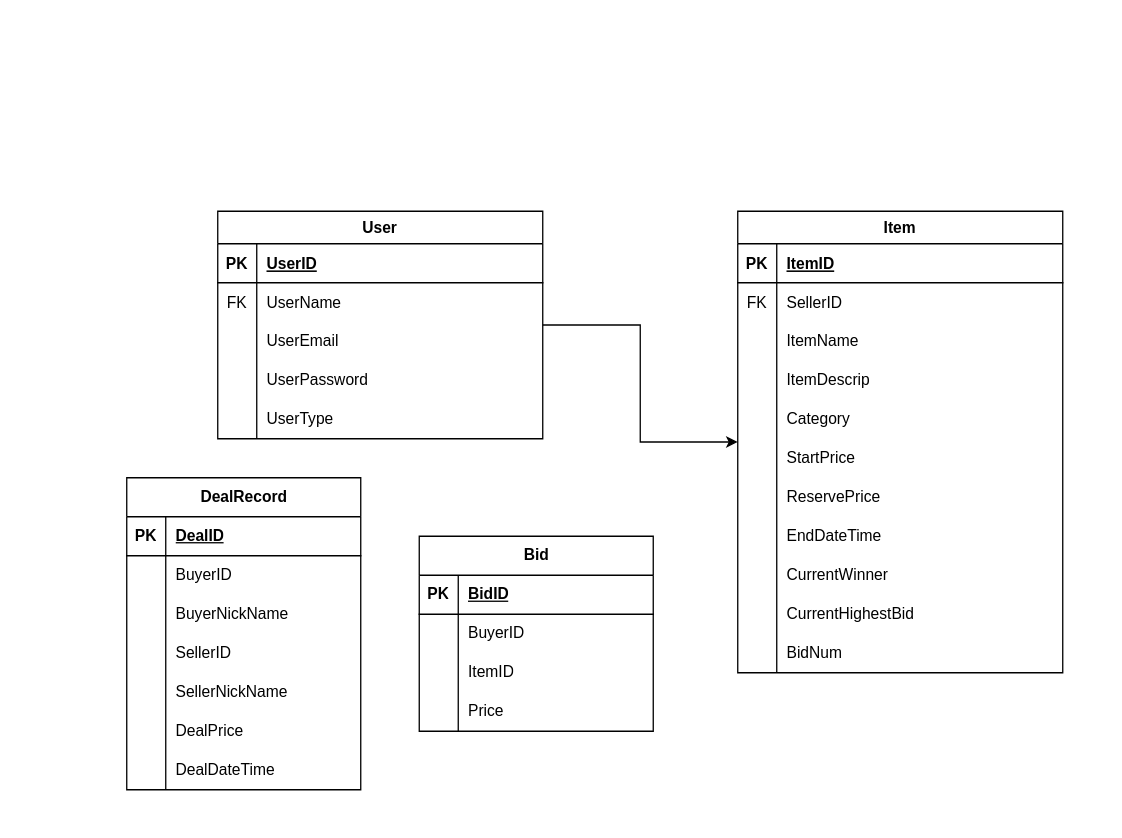
The draw.io diagram er_test/未命名绘图.drawio in ZongdingWang/df, before the edit. Source tidied: cells renumbered, new cells numbered last; positions are measured from the earlier drawing's top-left corner, leaving out a move shared by most shapes. Both pictures are drawn from the tidied source at 130%, with x=0, y=0 at pixel (126, 211).
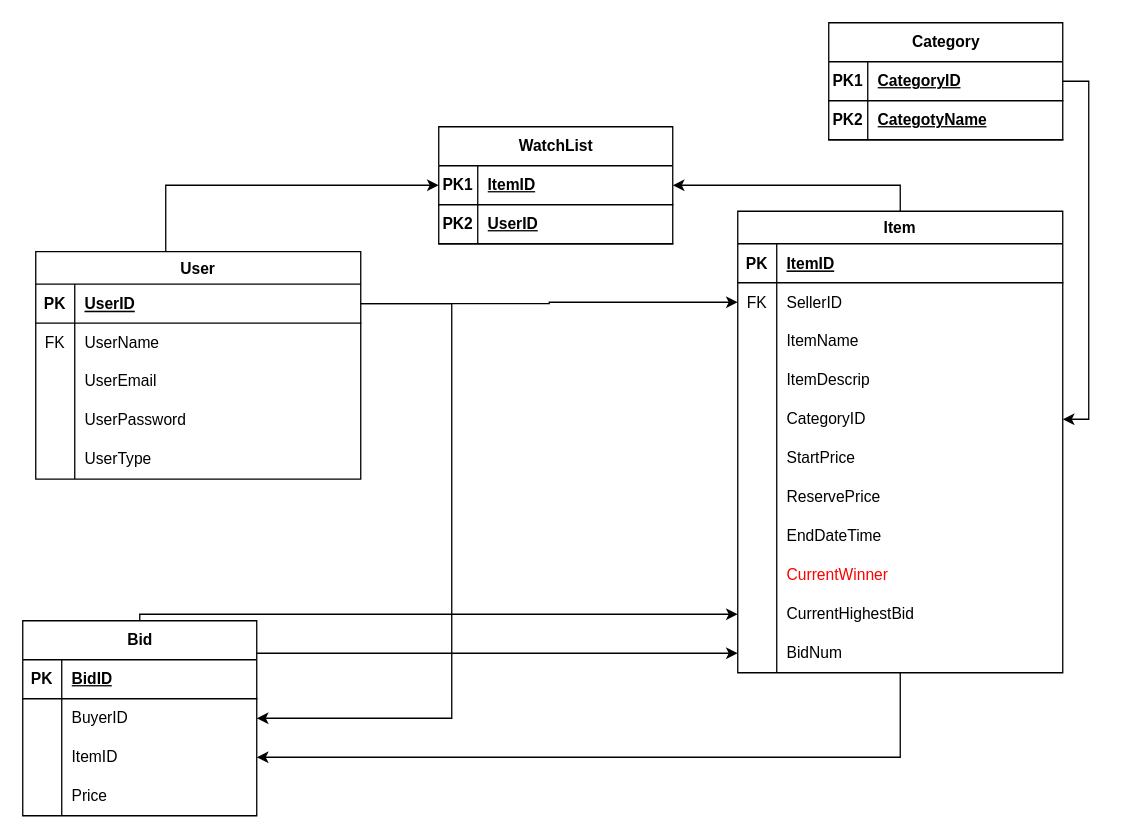
After the change.

Unchanged cells that the change refers to:
```xml
<mxCell id="4" style="shape=partialRectangle;fillColor=none;points=[[0,0.5],[1,0.5]];portConstraint=eastwest;top=0;left=0;right=0;bottom=1;" parent="3" vertex="1">
  <mxGeometry y="25" width="250" height="30" as="geometry" />
</mxCell>
<mxCell id="19" value="Item" style="shape=table;startSize=25;childLayout=tableLayout;rowLines=0;fontStyle=1;align=center;" parent="1" vertex="1">
  <mxGeometry x="470" width="250" height="355" as="geometry" />
</mxCell>
<mxCell id="23" style="shape=partialRectangle;fillColor=none;points=[[0,0.5],[1,0.5]];portConstraint=eastwest;top=0;left=0;right=0;bottom=0;" parent="19" vertex="1">
  <mxGeometry y="55" width="250" height="30" as="geometry" />
</mxCell>
<mxCell id="32" style="shape=tableRow;horizontal=0;startSize=0;swimlaneHead=0;swimlaneBody=0;fillColor=none;points=[[0,0.5],[1,0.5]];portConstraint=eastwest;top=0;left=0;right=0;bottom=0;" parent="19" vertex="1">
  <mxGeometry y="145" width="250" height="30" as="geometry" />
</mxCell>
<mxCell id="44" style="shape=tableRow;horizontal=0;startSize=0;swimlaneHead=0;swimlaneBody=0;fillColor=none;top=0;left=0;right=0;bottom=0;" parent="19" vertex="1">
  <mxGeometry y="265" width="250" height="30" as="geometry" />
</mxCell>
<mxCell id="47" style="shape=tableRow;horizontal=0;startSize=0;swimlaneHead=0;swimlaneBody=0;fillColor=none;points=[[0,0.5],[1,0.5]];portConstraint=eastwest;top=0;left=0;right=0;bottom=0;" parent="19" vertex="1">
  <mxGeometry y="295" width="250" height="30" as="geometry" />
</mxCell>
<mxCell id="50" style="shape=tableRow;horizontal=0;startSize=0;swimlaneHead=0;swimlaneBody=0;fillColor=none;points=[[0,0.5],[1,0.5]];portConstraint=eastwest;top=0;left=0;right=0;bottom=0;" parent="19" vertex="1">
  <mxGeometry y="325" width="250" height="30" as="geometry" />
</mxCell>
<mxCell id="57" style="shape=tableRow;horizontal=0;startSize=0;swimlaneHead=0;swimlaneBody=0;fillColor=none;points=[[0,0.5],[1,0.5]];portConstraint=eastwest;top=0;left=0;right=0;bottom=0;" parent="53" vertex="1">
  <mxGeometry y="60" width="180" height="30" as="geometry" />
</mxCell>
<mxCell id="60" style="shape=tableRow;horizontal=0;startSize=0;swimlaneHead=0;swimlaneBody=0;fillColor=none;points=[[0,0.5],[1,0.5]];portConstraint=eastwest;top=0;left=0;right=0;bottom=0;" parent="53" vertex="1">
  <mxGeometry y="90" width="180" height="30" as="geometry" />
</mxCell>
```

What changed in the source:
```diff
@@
-    <mxCell id="2" style="edgeStyle=orthogonalEdgeStyle;rounded=0;jettySize=auto;html=1;" parent="1" edge="1" source="3" target="19">
+    <mxCell id="2" style="edgeStyle=orthogonalEdgeStyle;rounded=0;jettySize=auto;html=1;" parent="1" edge="1" source="4" target="23">
       <mxGeometry relative="1" as="geometry" />
     </mxCell>
+    <mxCell id="88" style="edgeStyle=orthogonalEdgeStyle;rounded=0;jettySize=auto;html=1;" parent="1" edge="1" source="3" target="93">
+      <mxGeometry relative="1" as="geometry">
+        <Array as="points">
+          <mxPoint x="30" y="-20" />
+        </Array>
+      </mxGeometry>
+    </mxCell>
     <mxCell id="3" value="User" style="shape=table;startSize=25;childLayout=tableLayout;rowLines=0;fontStyle=1;align=center;" parent="1" vertex="1">
-      <mxGeometry x="70" width="250" height="175" as="geometry" />
+      <mxGeometry x="-70" y="31" width="250" height="175" as="geometry" />
     </mxCell>
@@
+    <mxCell id="89" style="edgeStyle=orthogonalEdgeStyle;rounded=0;jettySize=auto;html=1;strokeColor=default;" parent="1" edge="1" source="19" target="93">
+      <mxGeometry relative="1" as="geometry">
+        <Array as="points">
+          <mxPoint x="595" y="-20" />
+        </Array>
+      </mxGeometry>
+    </mxCell>
@@
-    <mxCell id="34" value="Category" style="shape=partialRectangle;fillColor=none;top=0;left=0;bottom=0;right=0;align=left;spacingLeft=6;overflow=hidden;whiteSpace=wrap;html=1;" parent="32" vertex="1">
+    <mxCell id="34" value="CategoryID" style="shape=partialRectangle;fillColor=none;top=0;left=0;bottom=0;right=0;align=left;spacingLeft=6;overflow=hidden;whiteSpace=wrap;html=1;" parent="32" vertex="1">
       <mxGeometry x="30" width="220" height="30" as="geometry" />
     </mxCell>
@@
-    <mxCell id="46" value="CurrentWinner" style="shape=partialRectangle;fillColor=none;top=0;left=0;bottom=0;right=0;align=left;spacingLeft=6;overflow=hidden;whiteSpace=wrap;html=1;" parent="44" vertex="1">
+    <mxCell id="46" value="CurrentWinner" style="shape=partialRectangle;fillColor=none;top=0;left=0;bottom=0;right=0;align=left;spacingLeft=6;overflow=hidden;whiteSpace=wrap;fontStyle=0;html=1;fontColor=#ff0000;" parent="44" vertex="1">
       <mxGeometry x="30" width="220" height="30" as="geometry" />
     </mxCell>
@@
+    <mxCell id="90" style="edgeStyle=orthogonalEdgeStyle;rounded=0;jettySize=auto;html=1;" parent="1" edge="1" source="53" target="50">
+      <mxGeometry relative="1" as="geometry">
+        <Array as="points">
+          <mxPoint x="280" y="340" />
+          <mxPoint x="280" y="340" />
+        </Array>
+      </mxGeometry>
+    </mxCell>
+    <mxCell id="91" style="edgeStyle=orthogonalEdgeStyle;rounded=0;jettySize=auto;html=1;" parent="1" edge="1" source="53" target="47">
+      <mxGeometry relative="1" as="geometry">
+        <Array as="points">
+          <mxPoint x="10" y="310" />
+        </Array>
+      </mxGeometry>
+    </mxCell>
     <mxCell id="53" value="Bid" style="shape=table;startSize=30;childLayout=tableLayout;rowLines=0;fontStyle=1;align=center;html=1;" parent="1" vertex="1">
-      <mxGeometry x="225" y="250" width="180" height="150" as="geometry" />
+      <mxGeometry x="-80" y="315" width="180" height="150" as="geometry" />
     </mxCell>
@@
-    <mxCell id="66" value="DealRecord" style="shape=table;startSize=30;childLayout=tableLayout;rowLines=0;fontStyle=1;align=center;html=1;" parent="1" vertex="1">
-      <mxGeometry y="205" width="180" height="240" as="geometry" />
-    </mxCell>
-    <mxCell id="67" style="shape=tableRow;horizontal=0;startSize=0;swimlaneHead=0;swimlaneBody=0;fillColor=none;top=0;left=0;right=0;bottom=1;" parent="66" vertex="1">
-      <mxGeometry y="30" width="180" height="30" as="geometry" />
-    </mxCell>
-    <mxCell id="68" value="PK" style="shape=partialRectangle;fillColor=none;top=0;left=0;bottom=0;right=0;fontStyle=1;overflow=hidden;whiteSpace=wrap;html=1;" parent="67" vertex="1">
-      <mxGeometry width="30" height="30" as="geometry" />
-    </mxCell>
-    <mxCell id="69" value="DealID" style="shape=partialRectangle;fillColor=none;top=0;left=0;bottom=0;right=0;align=left;spacingLeft=6;fontStyle=5;overflow=hidden;whiteSpace=wrap;html=1;" parent="67" vertex="1">
-      <mxGeometry x="30" width="150" height="30" as="geometry" />
-    </mxCell>
-    <mxCell id="70" style="shape=tableRow;horizontal=0;startSize=0;swimlaneHead=0;swimlaneBody=0;fillColor=none;top=0;left=0;right=0;bottom=0;" parent="66" vertex="1">
-      <mxGeometry y="60" width="180" height="30" as="geometry" />
-    </mxCell>
-    <mxCell id="71" style="shape=partialRectangle;fillColor=none;top=0;left=0;bottom=0;right=0;overflow=hidden;whiteSpace=wrap;html=1;" parent="70" vertex="1">
-      <mxGeometry width="30" height="30" as="geometry" />
-    </mxCell>
-    <mxCell id="72" value="BuyerID" style="shape=partialRectangle;fillColor=none;top=0;left=0;bottom=0;right=0;align=left;spacingLeft=6;overflow=hidden;whiteSpace=wrap;html=1;" parent="70" vertex="1">
-      <mxGeometry x="30" width="150" height="30" as="geometry" />
-    </mxCell>
-    <mxCell id="73" style="shape=tableRow;horizontal=0;startSize=0;swimlaneHead=0;swimlaneBody=0;fillColor=none;top=0;left=0;right=0;bottom=0;" parent="66" vertex="1">
-      <mxGeometry y="90" width="180" height="30" as="geometry" />
-    </mxCell>
-    <mxCell id="74" style="shape=partialRectangle;fillColor=none;top=0;left=0;bottom=0;right=0;overflow=hidden;whiteSpace=wrap;html=1;" parent="73" vertex="1">
-      <mxGeometry width="30" height="30" as="geometry" />
-    </mxCell>
-    <mxCell id="75" value="BuyerNickName" style="shape=partialRectangle;fillColor=none;top=0;left=0;bottom=0;right=0;align=left;spacingLeft=6;overflow=hidden;whiteSpace=wrap;html=1;" parent="73" vertex="1">
-      <mxGeometry x="30" width="150" height="30" as="geometry" />
-    </mxCell>
-    <mxCell id="76" style="shape=tableRow;horizontal=0;startSize=0;swimlaneHead=0;swimlaneBody=0;fillColor=none;top=0;left=0;right=0;bottom=0;" parent="66" vertex="1">
-      <mxGeometry y="120" width="180" height="30" as="geometry" />
-    </mxCell>
-    <mxCell id="77" style="shape=partialRectangle;fillColor=none;top=0;left=0;bottom=0;right=0;overflow=hidden;whiteSpace=wrap;html=1;" parent="76" vertex="1">
-      <mxGeometry width="30" height="30" as="geometry" />
-    </mxCell>
-    <mxCell id="78" value="SellerID" style="shape=partialRectangle;fillColor=none;top=0;left=0;bottom=0;right=0;align=left;spacingLeft=6;overflow=hidden;whiteSpace=wrap;html=1;" parent="76" vertex="1">
-      <mxGeometry x="30" width="150" height="30" as="geometry" />
-    </mxCell>
-    <mxCell id="79" style="shape=tableRow;horizontal=0;startSize=0;swimlaneHead=0;swimlaneBody=0;fillColor=none;top=0;left=0;right=0;bottom=0;" parent="66" vertex="1">
-      <mxGeometry y="150" width="180" height="30" as="geometry" />
-    </mxCell>
-    <mxCell id="80" style="shape=partialRectangle;fillColor=none;top=0;left=0;bottom=0;right=0;overflow=hidden;whiteSpace=wrap;html=1;" parent="79" vertex="1">
-      <mxGeometry width="30" height="30" as="geometry" />
-    </mxCell>
-    <mxCell id="81" value="SellerNickName" style="shape=partialRectangle;fillColor=none;top=0;left=0;bottom=0;right=0;align=left;spacingLeft=6;overflow=hidden;whiteSpace=wrap;html=1;" parent="79" vertex="1">
-      <mxGeometry x="30" width="150" height="30" as="geometry" />
-    </mxCell>
-    <mxCell id="82" style="shape=tableRow;horizontal=0;startSize=0;swimlaneHead=0;swimlaneBody=0;fillColor=none;top=0;left=0;right=0;bottom=0;" parent="66" vertex="1">
-      <mxGeometry y="180" width="180" height="30" as="geometry" />
-    </mxCell>
-    <mxCell id="83" style="shape=partialRectangle;fillColor=none;top=0;left=0;bottom=0;right=0;overflow=hidden;whiteSpace=wrap;html=1;" parent="82" vertex="1">
-      <mxGeometry width="30" height="30" as="geometry" />
-    </mxCell>
-    <mxCell id="84" value="DealPrice" style="shape=partialRectangle;fillColor=none;top=0;left=0;bottom=0;right=0;align=left;spacingLeft=6;overflow=hidden;whiteSpace=wrap;html=1;" parent="82" vertex="1">
-      <mxGeometry x="30" width="150" height="30" as="geometry" />
-    </mxCell>
-    <mxCell id="85" style="shape=tableRow;horizontal=0;startSize=0;swimlaneHead=0;swimlaneBody=0;fillColor=none;top=0;left=0;right=0;bottom=0;" parent="66" vertex="1">
-      <mxGeometry y="210" width="180" height="30" as="geometry" />
-    </mxCell>
-    <mxCell id="86" style="shape=partialRectangle;fillColor=none;top=0;left=0;bottom=0;right=0;overflow=hidden;whiteSpace=wrap;html=1;" parent="85" vertex="1">
-      <mxGeometry width="30" height="30" as="geometry" />
-    </mxCell>
-    <mxCell id="87" value="DealDateTime" style="shape=partialRectangle;fillColor=none;top=0;left=0;bottom=0;right=0;align=left;spacingLeft=6;overflow=hidden;whiteSpace=wrap;html=1;" parent="85" vertex="1">
-      <mxGeometry x="30" width="150" height="30" as="geometry" />
-    </mxCell>
+    <mxCell id="92" style="edgeStyle=orthogonalEdgeStyle;rounded=0;jettySize=auto;html=1;" parent="1" edge="1" source="19" target="60">
+      <mxGeometry relative="1" as="geometry">
+        <Array as="points">
+          <mxPoint x="595" y="420" />
+        </Array>
+      </mxGeometry>
+    </mxCell>
+    <mxCell id="93" value="WatchList" style="shape=table;startSize=30;childLayout=tableLayout;rowLines=0;fontStyle=1;align=center;html=1;" parent="1" vertex="1">
+      <mxGeometry x="240" y="-65" width="180" height="90" as="geometry" />
+    </mxCell>
+    <mxCell id="94" style="shape=tableRow;horizontal=0;startSize=0;swimlaneHead=0;swimlaneBody=0;fillColor=none;top=0;left=0;right=0;bottom=1;" parent="93" vertex="1">
+      <mxGeometry y="30" width="180" height="30" as="geometry" />
+    </mxCell>
+    <mxCell id="95" value="PK1" style="shape=partialRectangle;fillColor=none;top=0;left=0;bottom=0;right=0;fontStyle=1;overflow=hidden;whiteSpace=wrap;html=1;" parent="94" vertex="1">
+      <mxGeometry width="30" height="30" as="geometry" />
+    </mxCell>
+    <mxCell id="96" value="ItemID" style="shape=partialRectangle;fillColor=none;top=0;left=0;bottom=0;right=0;align=left;spacingLeft=6;fontStyle=5;overflow=hidden;whiteSpace=wrap;html=1;" parent="94" vertex="1">
+      <mxGeometry x="30" width="150" height="30" as="geometry" />
+    </mxCell>
+    <mxCell id="97" style="shape=tableRow;horizontal=0;startSize=0;swimlaneHead=0;swimlaneBody=0;fillColor=none;top=0;left=0;right=0;bottom=1;" parent="93" vertex="1">
+      <mxGeometry y="60" width="180" height="30" as="geometry" />
+    </mxCell>
+    <mxCell id="98" value="PK2" style="shape=partialRectangle;fillColor=none;top=0;left=0;bottom=0;right=0;fontStyle=1;overflow=hidden;whiteSpace=wrap;html=1;" parent="97" vertex="1">
+      <mxGeometry width="30" height="30" as="geometry" />
+    </mxCell>
+    <mxCell id="99" value="UserID" style="shape=partialRectangle;fillColor=none;top=0;left=0;bottom=0;right=0;align=left;spacingLeft=6;fontStyle=5;overflow=hidden;whiteSpace=wrap;html=1;" parent="97" vertex="1">
+      <mxGeometry x="30" width="150" height="30" as="geometry" />
+    </mxCell>
+    <mxCell id="100" style="edgeStyle=orthogonalEdgeStyle;rounded=0;jettySize=auto;html=1;" parent="1" edge="1" source="4" target="57">
+      <mxGeometry relative="1" as="geometry">
+        <Array as="points">
+          <mxPoint x="250" y="71" />
+          <mxPoint x="250" y="390" />
+        </Array>
+      </mxGeometry>
+    </mxCell>
+    <mxCell id="101" style="edgeStyle=orthogonalEdgeStyle;rounded=0;jettySize=auto;html=1;" parent="1" edge="1" source="102" target="32">
+      <mxGeometry relative="1" as="geometry">
+        <Array as="points">
+          <mxPoint x="740" y="-100" />
+          <mxPoint x="740" y="160" />
+        </Array>
+      </mxGeometry>
+    </mxCell>
+    <mxCell id="102" value="Category" style="shape=table;startSize=30;childLayout=tableLayout;rowLines=0;fontStyle=1;align=center;html=1;" parent="1" vertex="1">
+      <mxGeometry x="540" y="-145" width="180" height="90" as="geometry" />
+    </mxCell>
+    <mxCell id="103" style="shape=tableRow;horizontal=0;startSize=0;swimlaneHead=0;swimlaneBody=0;fillColor=none;top=0;left=0;right=0;bottom=1;" parent="102" vertex="1">
+      <mxGeometry y="30" width="180" height="30" as="geometry" />
+    </mxCell>
+    <mxCell id="104" value="PK1" style="shape=partialRectangle;fillColor=none;top=0;left=0;bottom=0;right=0;fontStyle=1;overflow=hidden;whiteSpace=wrap;html=1;" parent="103" vertex="1">
+      <mxGeometry width="30" height="30" as="geometry" />
+    </mxCell>
+    <mxCell id="105" value="CategoryID" style="shape=partialRectangle;fillColor=none;top=0;left=0;bottom=0;right=0;align=left;spacingLeft=6;fontStyle=5;overflow=hidden;whiteSpace=wrap;html=1;" parent="103" vertex="1">
+      <mxGeometry x="30" width="150" height="30" as="geometry" />
+    </mxCell>
+    <mxCell id="106" style="shape=tableRow;horizontal=0;startSize=0;swimlaneHead=0;swimlaneBody=0;fillColor=none;top=0;left=0;right=0;bottom=1;" parent="102" vertex="1">
+      <mxGeometry y="60" width="180" height="30" as="geometry" />
+    </mxCell>
+    <mxCell id="107" value="PK2" style="shape=partialRectangle;fillColor=none;top=0;left=0;bottom=0;right=0;fontStyle=1;overflow=hidden;whiteSpace=wrap;html=1;" parent="106" vertex="1">
+      <mxGeometry width="30" height="30" as="geometry" />
+    </mxCell>
+    <mxCell id="108" value="CategotyName" style="shape=partialRectangle;fillColor=none;top=0;left=0;bottom=0;right=0;align=left;spacingLeft=6;fontStyle=5;overflow=hidden;whiteSpace=wrap;html=1;" parent="106" vertex="1">
+      <mxGeometry x="30" width="150" height="30" as="geometry" />
+    </mxCell>
```
